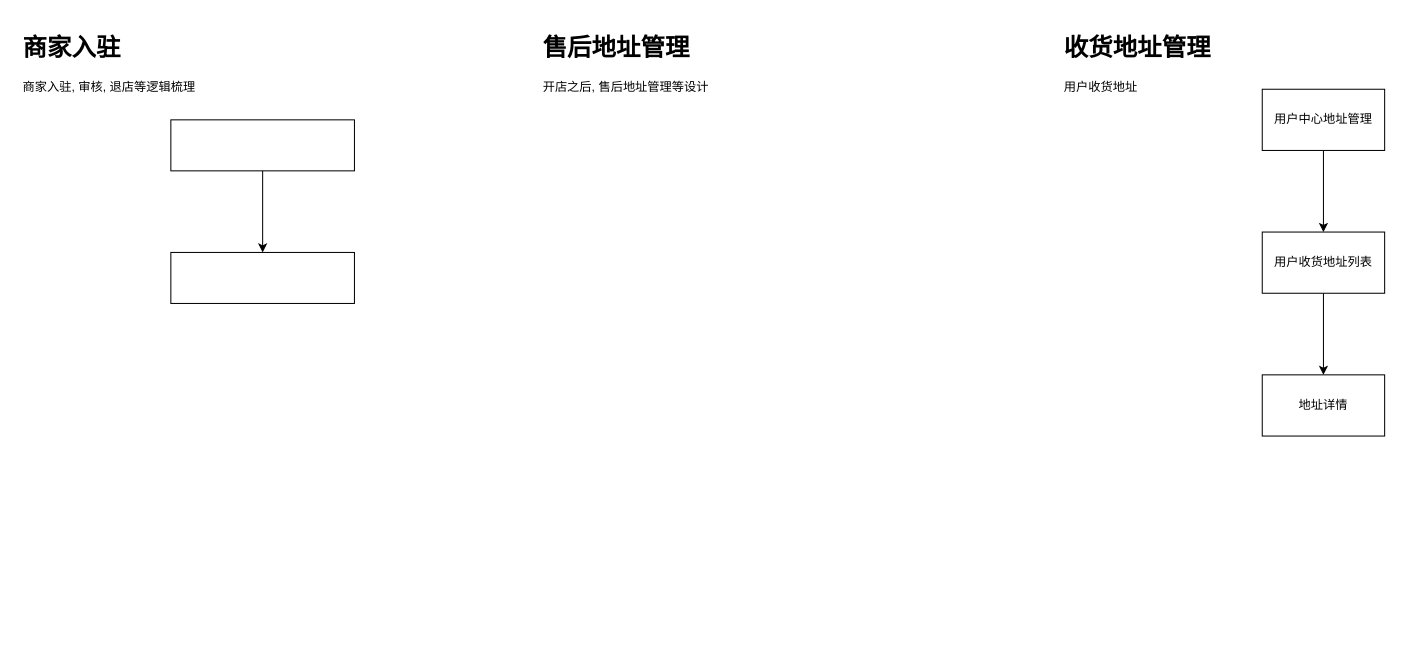
The draw.io diagram space1/流程设计草稿.drawio in naccoit/drawio, before the edit. Source tidied: cells renumbered, new cells numbered last; positions are measured from the earlier drawing's top-left corner, leaving out a move shared by most shapes. Both pictures are drawn from the tidied source at 102%, with x=0, y=0 at pixel (17, 28).
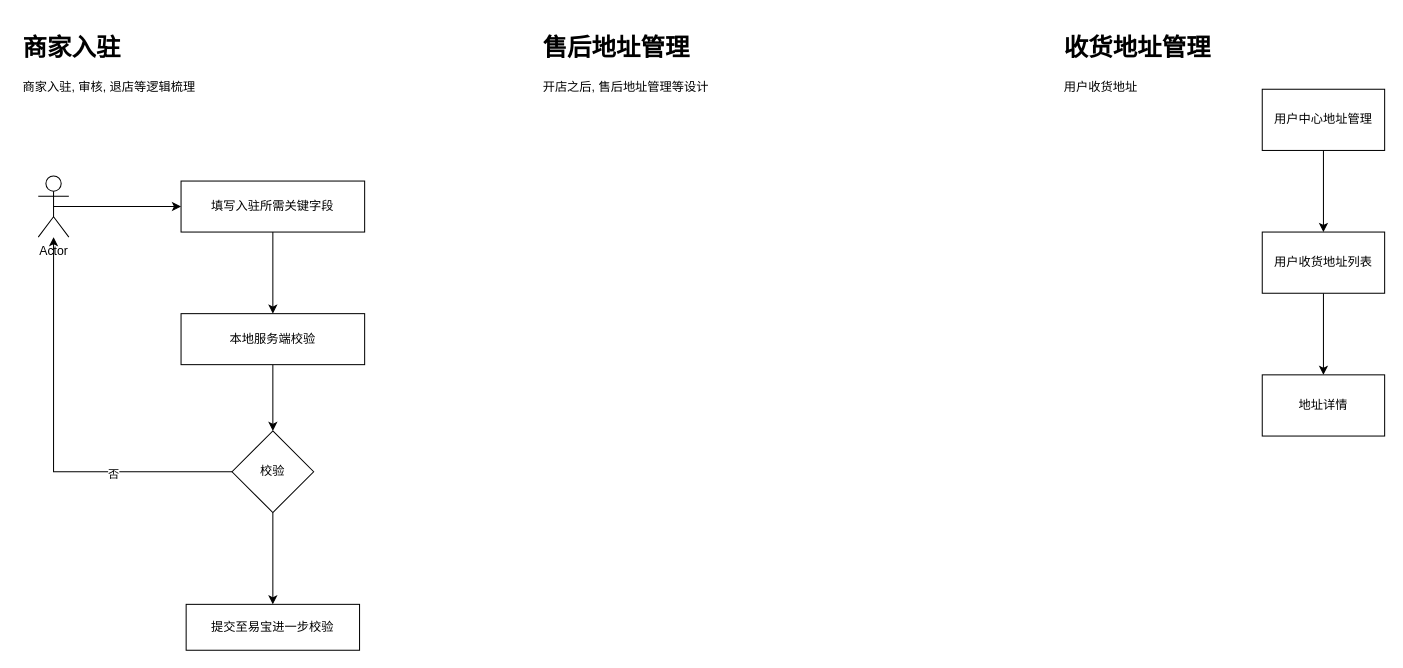
After the change.

Commit message:
更新流程设计草稿.drawio

What changed in the source:
```diff
@@
-    <mxCell id="3" style="rounded=0;whiteSpace=wrap;html=1;" parent="1" vertex="1">
-      <mxGeometry x="150" y="90" width="180" height="50" as="geometry" />
+    <mxCell id="3" value="填写入驻所需关键字段" style="rounded=0;whiteSpace=wrap;html=1;" parent="1" vertex="1">
+      <mxGeometry x="160" y="150" width="180" height="50" as="geometry" />
     </mxCell>
@@
+    <mxCell id="13" style="edgeStyle=orthogonalEdgeStyle;rounded=0;jettySize=auto;html=1;" parent="1" edge="1" source="9" target="19">
+      <mxGeometry relative="1" as="geometry" />
+    </mxCell>
-    <mxCell id="9" style="rounded=0;whiteSpace=wrap;html=1;" parent="1" vertex="1">
-      <mxGeometry x="150" y="220" width="180" height="50" as="geometry" />
+    <mxCell id="9" value="本地服务端校验" style="rounded=0;whiteSpace=wrap;html=1;" parent="1" vertex="1">
+      <mxGeometry x="160" y="280" width="180" height="50" as="geometry" />
     </mxCell>
@@
+    <mxCell id="14" style="edgeStyle=orthogonalEdgeStyle;rounded=0;jettySize=auto;html=1;exitX=0.5;exitY=0.5;exitDx=0;exitDy=0;exitPerimeter=0;" parent="1" edge="1" source="15" target="3">
+      <mxGeometry relative="1" as="geometry" />
+    </mxCell>
+    <mxCell id="15" value="Actor" style="shape=umlActor;verticalLabelPosition=bottom;verticalAlign=top;html=1;outlineConnect=0;" parent="1" vertex="1">
+      <mxGeometry x="20" y="145" width="30" height="60" as="geometry" />
+    </mxCell>
+    <mxCell id="16" style="edgeStyle=orthogonalEdgeStyle;rounded=0;jettySize=auto;html=1;exitX=0;exitY=0.5;exitDx=0;exitDy=0;" parent="1" edge="1" source="19" target="15">
+      <mxGeometry relative="1" as="geometry" />
+    </mxCell>
+    <mxCell id="17" value="否" style="edgeLabel;html=1;align=center;verticalAlign=middle;" parent="16" vertex="1">
+      <mxGeometry x="-0.42" y="2" relative="1" as="geometry" />
+    </mxCell>
+    <mxCell id="18" style="edgeStyle=orthogonalEdgeStyle;rounded=0;jettySize=auto;html=1;" parent="1" edge="1" source="19" target="20">
+      <mxGeometry relative="1" as="geometry" />
+    </mxCell>
+    <mxCell id="19" value="校验" style="rhombus;whiteSpace=wrap;html=1;rounded=0;" parent="1" vertex="1">
+      <mxGeometry x="210" y="395" width="80" height="80" as="geometry" />
+    </mxCell>
+    <mxCell id="20" value="提交至易宝进一步校验" style="whiteSpace=wrap;html=1;rounded=0;" parent="1" vertex="1">
+      <mxGeometry x="165" y="565" width="170" height="45" as="geometry" />
+    </mxCell>
```
